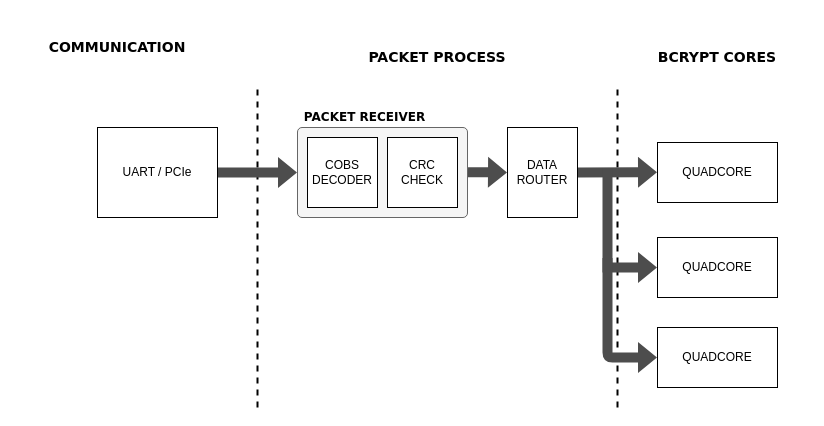
Before: page "tx_general" (1 of 5) of assets/drawio/communication_protocol.drawio in Djokzer/fpga_bruteforce_attack, a draw.io diagram. Source tidied: cells renumbered, new cells numbered last; positions are measured from the earlier drawing's top-left corner, leaving out a move shared by most shapes. Both pictures are drawn from the tidied source at 100%, with x=0, y=0 at pixel (17, 17).
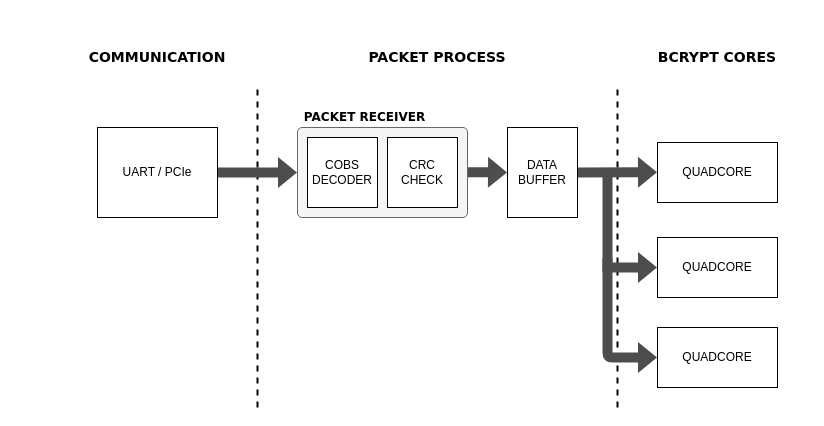
Above is the later version.

The edit, as a diff of the source:
```diff
@@
-    <mxCell id="10" value="DATA&lt;div&gt;ROUTER&lt;/div&gt;" style="rounded=0;whiteSpace=wrap;html=1;" parent="1" vertex="1">
+    <mxCell id="10" value="DATA&lt;div&gt;BUFFER&lt;/div&gt;" style="rounded=0;whiteSpace=wrap;html=1;" parent="1" vertex="1">
       <mxGeometry x="490" y="110" width="70" height="90" as="geometry" />
     </mxCell>
@@
     <mxCell id="15" value="&lt;font style=&quot;font-size: 14px;&quot;&gt;COMMUNICATION&lt;/font&gt;" style="rounded=0;whiteSpace=wrap;html=1;strokeColor=none;fillColor=none;fontStyle=1;fontFamily=Verdana;fontSize=14;" parent="1" vertex="1">
-      <mxGeometry width="200" height="60" as="geometry" />
+      <mxGeometry x="40" y="10" width="200" height="60" as="geometry" />
     </mxCell>
```
